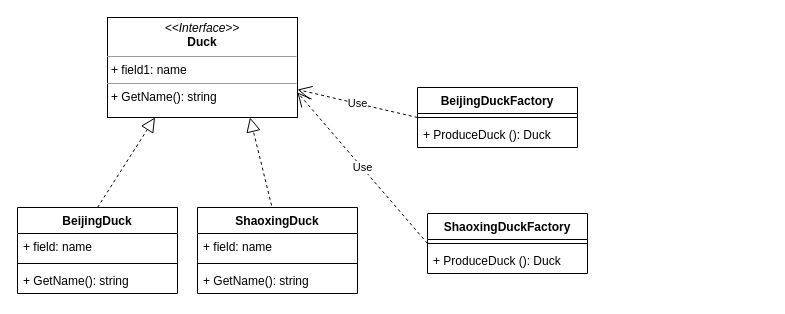
Before: Creator/Factory/factory.drawio in bsync-tech/design-pattern, a draw.io diagram. Source tidied: cells renumbered, new cells numbered last; positions are measured from the earlier drawing's top-left corner, leaving out a move shared by most shapes. Both pictures are drawn from the tidied source at 100%, with x=0, y=0 at pixel (17, 17).
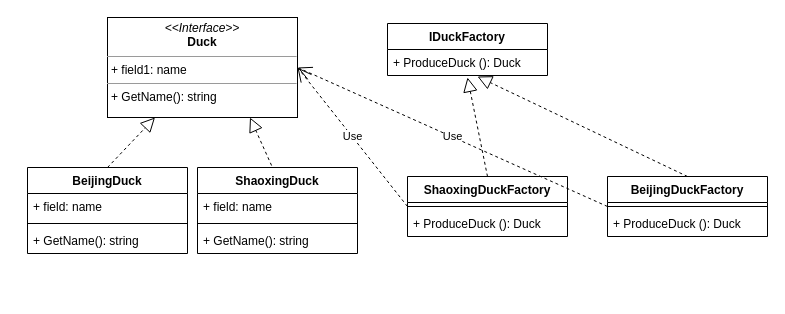
The same page after the edit.

Unchanged cells that the change refers to:
```xml
<mxCell id="11" value="&lt;p style=&quot;margin: 0px ; margin-top: 4px ; text-align: center&quot;&gt;&lt;i&gt;&amp;lt;&amp;lt;Interface&amp;gt;&amp;gt;&lt;/i&gt;&lt;br&gt;&lt;b&gt;Duck&lt;/b&gt;&lt;/p&gt;&lt;hr size=&quot;1&quot;&gt;&lt;p style=&quot;margin: 0px ; margin-left: 4px&quot;&gt;+ field1: name&lt;br&gt;&lt;/p&gt;&lt;hr size=&quot;1&quot;&gt;&lt;p style=&quot;margin: 0px ; margin-left: 4px&quot;&gt;+ GetName(): string&lt;br&gt;&lt;/p&gt;" style="verticalAlign=top;align=left;overflow=fill;fontSize=12;fontFamily=Helvetica;html=1;" parent="1" vertex="1">
  <mxGeometry x="90" width="190" height="100" as="geometry" />
</mxCell>
<mxCell id="15" value="+ ProduceDuck (): Duck" style="text;strokeColor=none;fillColor=none;align=left;verticalAlign=top;spacingLeft=4;spacingRight=4;overflow=hidden;points=[[0,0.5],[1,0.5]];portConstraint=eastwest;" parent="13" vertex="1">
  <mxGeometry y="34" width="160" height="26" as="geometry" />
</mxCell>
```

The edit, as a diff of the source:
```diff
@@
     <mxCell id="2" value="BeijingDuck" style="swimlane;fontStyle=1;align=center;verticalAlign=top;horizontal=1;startSize=26;" parent="1" vertex="1">
-      <mxGeometry y="190" width="160" height="86" as="geometry" />
+      <mxGeometry x="10" y="150" width="160" height="86" as="geometry" />
     </mxCell>
@@
     <mxCell id="7" value="ShaoxingDuck" style="swimlane;fontStyle=1;align=center;verticalAlign=top;horizontal=1;startSize=26;" parent="1" vertex="1">
-      <mxGeometry x="180" y="190" width="160" height="86" as="geometry" />
+      <mxGeometry x="180" y="150" width="160" height="86" as="geometry" />
     </mxCell>
@@
     <mxCell id="13" value="BeijingDuckFactory" style="swimlane;fontStyle=1;align=center;verticalAlign=top;horizontal=1;startSize=26;" parent="1" vertex="1">
-      <mxGeometry x="400" y="70" width="160" height="60" as="geometry" />
+      <mxGeometry x="590" y="159" width="160" height="60" as="geometry" />
     </mxCell>
@@
-    <mxCell id="16" value="Use" style="endArrow=open;endSize=12;dashed=1;html=1;exitX=0;exitY=0.5;exitDx=0;exitDy=0;" parent="1" edge="1" source="13" target="11">
-      <mxGeometry relative="1" as="geometry" />
-    </mxCell>
     <mxCell id="17" value="ShaoxingDuckFactory" style="swimlane;fontStyle=1;align=center;verticalAlign=top;horizontal=1;startSize=26;" parent="1" vertex="1">
-      <mxGeometry x="410" y="196" width="160" height="60" as="geometry" />
+      <mxGeometry x="390" y="159" width="160" height="60" as="geometry" />
     </mxCell>
@@
-    <mxCell id="20" value="Use" style="endArrow=open;endSize=12;dashed=1;html=1;exitX=0;exitY=0.5;exitDx=0;exitDy=0;entryX=1;entryY=0.75;entryDx=0;entryDy=0;" parent="1" edge="1" source="17" target="11">
+    <mxCell id="20" value="Use" style="endArrow=open;endSize=12;dashed=1;html=1;entryX=1;entryY=0.5;entryDx=0;entryDy=0;exitX=0;exitY=0.5;exitDx=0;exitDy=0;" parent="1" edge="1" source="17" target="11">
       <mxGeometry relative="1" as="geometry" />
     </mxCell>
+    <mxCell id="21" value="IDuckFactory" style="swimlane;fontStyle=1;align=center;verticalAlign=top;horizontal=1;startSize=26;" parent="1" vertex="1">
+      <mxGeometry x="370" y="6" width="160" height="52" as="geometry" />
+    </mxCell>
+    <mxCell id="22" value="+ ProduceDuck (): Duck" style="text;strokeColor=none;fillColor=none;align=left;verticalAlign=top;spacingLeft=4;spacingRight=4;overflow=hidden;" parent="21" vertex="1">
+      <mxGeometry y="26" width="160" height="26" as="geometry" />
+    </mxCell>
+    <mxCell id="23" style="endArrow=block;dashed=1;endFill=0;endSize=12;html=1;exitX=0.5;exitY=0;exitDx=0;exitDy=0;" parent="1" edge="1" source="13">
+      <mxGeometry relative="1" as="geometry">
+        <mxPoint x="460" y="59" as="targetPoint" />
+      </mxGeometry>
+    </mxCell>
+    <mxCell id="24" style="endArrow=block;dashed=1;endFill=0;endSize=12;html=1;exitX=0.5;exitY=0;exitDx=0;exitDy=0;" parent="1" edge="1" source="17">
+      <mxGeometry relative="1" as="geometry">
+        <mxPoint x="450" y="60" as="targetPoint" />
+      </mxGeometry>
+    </mxCell>
+    <mxCell id="16" value="Use" style="endArrow=open;endSize=12;dashed=1;html=1;exitX=0;exitY=-0.154;exitDx=0;exitDy=0;exitPerimeter=0;" parent="1" edge="1" source="15">
+      <mxGeometry relative="1" as="geometry">
+        <mxPoint x="280" y="50" as="targetPoint" />
+      </mxGeometry>
+    </mxCell>
```
